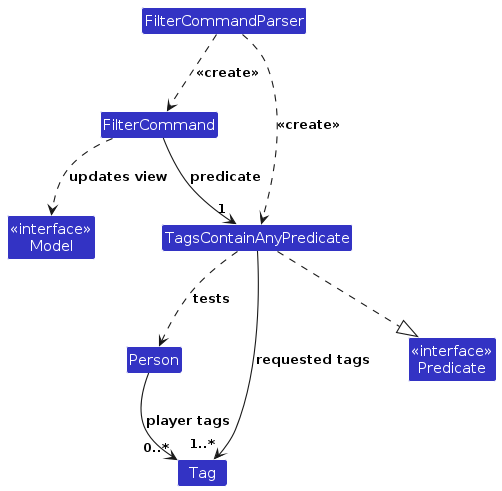
Before: diagrams/TagFilterClassDiagram.png, a diagram exported from PlantUML (AY2627S1-CS2103T-W13-1/tp). Its source is kept beside it as diagrams/TagFilterClassDiagram.puml.
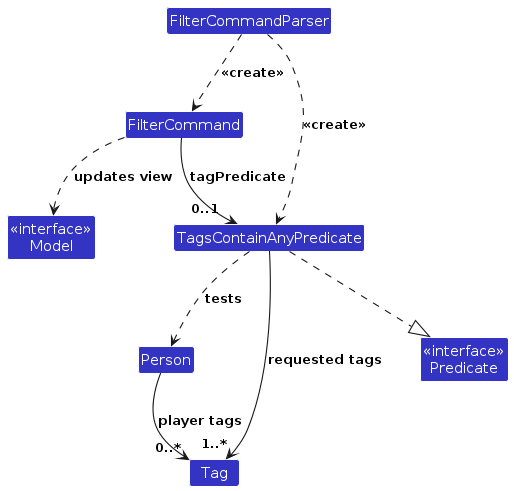
After the commit.

What changed in the source:
```diff
@@ -13,7 +13,7 @@
 
 FilterCommandParser ..> FilterCommand : <<create>>
 FilterCommandParser ..> TagsContainAnyPredicate : <<create>>
-FilterCommand --> "1" TagsContainAnyPredicate : predicate
+FilterCommand --> "0..1" TagsContainAnyPredicate : tagPredicate
 FilterCommand ..> Model : updates view
 TagsContainAnyPredicate ..|> Predicate
 TagsContainAnyPredicate ..> Person : tests
```
